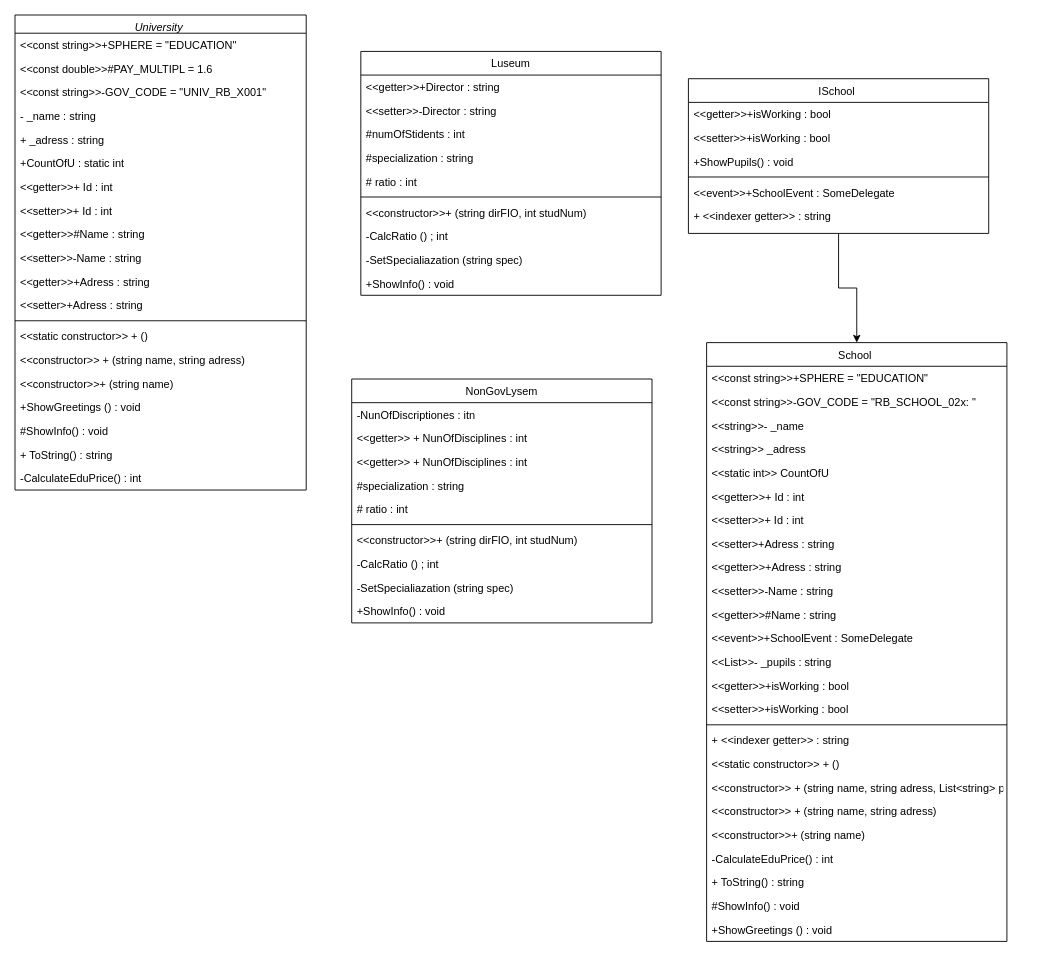
Above: Диаграмма без названия.drawio in KIrDR/STARIS (draw.io), before the change. Source tidied: cells renumbered, new cells numbered last; positions are measured from the earlier drawing's top-left corner, leaving out a move shared by most shapes. Both pictures are drawn from the tidied source at 91%, with x=0, y=0 at pixel (15, 15).
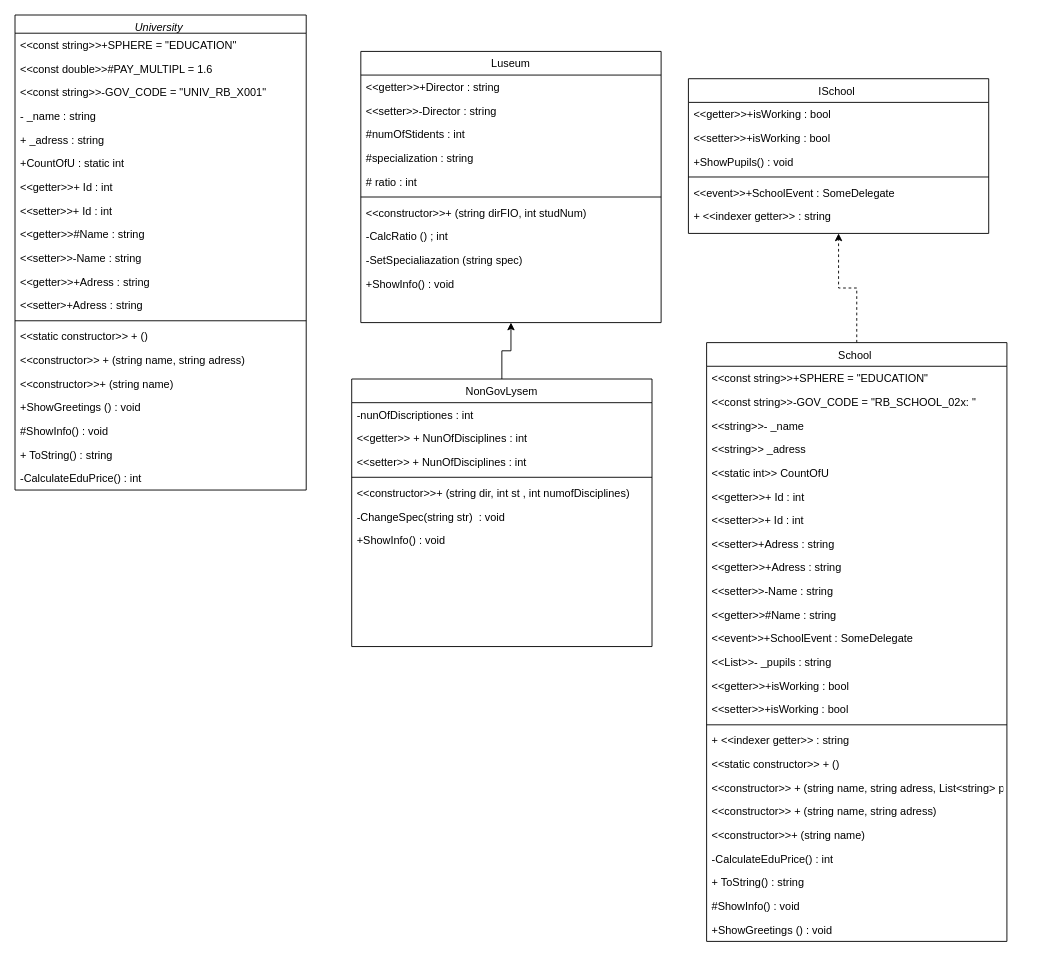
Above is the later version.

Unchanged cells that the change refers to:
```xml
<mxCell id="24" value="ISchool " style="swimlane;fontStyle=0;align=center;verticalAlign=top;horizontal=1;startSize=26;rounded=0;shadow=0;strokeWidth=1;" parent="1" vertex="1">
  <mxGeometry x="740" y="70" width="330" height="170" as="geometry" />
</mxCell>
<mxCell id="31" value="School " style="swimlane;fontStyle=0;align=center;verticalAlign=top;horizontal=1;startSize=26;rounded=0;shadow=0;strokeWidth=1;" parent="1" vertex="1">
  <mxGeometry x="760" y="360" width="330" height="658" as="geometry" />
</mxCell>
```

The edit, as a diff of the source:
```diff
@@
-    <mxCell id="23" style="edgeStyle=orthogonalEdgeStyle;rounded=0;jettySize=auto;html=1;entryX=0.5;entryY=0;entryDx=0;entryDy=0;" parent="1" edge="1" source="24" target="31">
-      <mxGeometry relative="1" as="geometry" />
-    </mxCell>
@@
+    <mxCell id="79" style="edgeStyle=orthogonalEdgeStyle;rounded=0;jettySize=auto;html=1;entryX=0.5;entryY=1;entryDx=0;entryDy=0;dashed=1;" parent="1" edge="1" source="31" target="24">
+      <mxGeometry relative="1" as="geometry" />
+    </mxCell>
@@
     <mxCell id="57" value="Luseum" style="swimlane;fontStyle=0;align=center;verticalAlign=top;horizontal=1;startSize=26;rounded=0;shadow=0;strokeWidth=1;" parent="1" vertex="1">
-      <mxGeometry x="380" y="40" width="330" height="268" as="geometry" />
+      <mxGeometry x="380" y="40" width="330" height="298" as="geometry" />
     </mxCell>
@@
+    <mxCell id="80" style="edgeStyle=orthogonalEdgeStyle;rounded=0;jettySize=auto;html=1;entryX=0.5;entryY=1;entryDx=0;entryDy=0;" parent="1" edge="1" source="68" target="57">
+      <mxGeometry relative="1" as="geometry" />
+    </mxCell>
     <mxCell id="68" value="NonGovLysem" style="swimlane;fontStyle=0;align=center;verticalAlign=top;horizontal=1;startSize=26;rounded=0;shadow=0;strokeWidth=1;" parent="1" vertex="1">
-      <mxGeometry x="370" y="400" width="330" height="268" as="geometry" />
+      <mxGeometry x="370" y="400" width="330" height="294" as="geometry" />
     </mxCell>
-    <mxCell id="69" value="-NunOfDiscriptiones : itn" style="text;align=left;verticalAlign=top;spacingLeft=4;spacingRight=4;overflow=hidden;" parent="68" vertex="1">
+    <mxCell id="69" value="-nunOfDiscriptiones : int" style="text;align=left;verticalAlign=top;spacingLeft=4;spacingRight=4;overflow=hidden;" parent="68" vertex="1">
       <mxGeometry y="26" width="330" height="26" as="geometry" />
     </mxCell>
@@
-    <mxCell id="71" value="&lt;&lt;getter&gt;&gt; + NunOfDisciplines : int" style="text;align=left;verticalAlign=top;spacingLeft=4;spacingRight=4;overflow=hidden;rounded=0;shadow=0;html=0;" parent="68" vertex="1">
+    <mxCell id="71" value="&lt;&lt;setter&gt;&gt; + NunOfDisciplines : int" style="text;align=left;verticalAlign=top;spacingLeft=4;spacingRight=4;overflow=hidden;rounded=0;shadow=0;html=0;" parent="68" vertex="1">
       <mxGeometry y="78" width="330" height="26" as="geometry" />
     </mxCell>
-    <mxCell id="72" value="#specialization : string" style="text;align=left;verticalAlign=top;spacingLeft=4;spacingRight=4;overflow=hidden;rounded=0;shadow=0;html=0;" parent="68" vertex="1">
-      <mxGeometry y="104" width="330" height="26" as="geometry" />
-    </mxCell>
-    <mxCell id="73" value="# ratio : int" style="text;align=left;verticalAlign=top;spacingLeft=4;spacingRight=4;overflow=hidden;rounded=0;shadow=0;html=0;" parent="68" vertex="1">
-      <mxGeometry y="130" width="330" height="26" as="geometry" />
-    </mxCell>
     <mxCell id="74" style="line;html=1;strokeWidth=1;align=left;verticalAlign=middle;spacingTop=-1;spacingLeft=3;spacingRight=3;labelPosition=right;" parent="68" vertex="1">
-      <mxGeometry y="156" width="330" height="8" as="geometry" />
+      <mxGeometry y="104" width="330" height="8" as="geometry" />
     </mxCell>
-    <mxCell id="75" value="&lt;&lt;constructor&gt;&gt;+ (string dirFIO, int studNum)  " style="text;align=left;verticalAlign=top;spacingLeft=4;spacingRight=4;overflow=hidden;rounded=0;shadow=0;html=0;" parent="68" vertex="1">
-      <mxGeometry y="164" width="330" height="26" as="geometry" />
+    <mxCell id="75" value="&lt;&lt;constructor&gt;&gt;+ (string dir, int st , int numofDisciplines)  " style="text;align=left;verticalAlign=top;spacingLeft=4;spacingRight=4;overflow=hidden;rounded=0;shadow=0;html=0;" parent="68" vertex="1">
+      <mxGeometry y="112" width="330" height="26" as="geometry" />
     </mxCell>
-    <mxCell id="76" value="-CalcRatio () ; int" style="text;align=left;verticalAlign=top;spacingLeft=4;spacingRight=4;overflow=hidden;rounded=0;shadow=0;html=0;" parent="68" vertex="1">
-      <mxGeometry y="190" width="330" height="26" as="geometry" />
-    </mxCell>
-    <mxCell id="77" value="-SetSpecialiazation (string spec) " style="text;align=left;verticalAlign=top;spacingLeft=4;spacingRight=4;overflow=hidden;rounded=0;shadow=0;html=0;" parent="68" vertex="1">
-      <mxGeometry y="216" width="330" height="26" as="geometry" />
+    <mxCell id="77" value="-ChangeSpec(string str)  : void" style="text;align=left;verticalAlign=top;spacingLeft=4;spacingRight=4;overflow=hidden;rounded=0;shadow=0;html=0;" parent="68" vertex="1">
+      <mxGeometry y="138" width="330" height="26" as="geometry" />
     </mxCell>
     <mxCell id="78" value="+ShowInfo() : void" style="text;align=left;verticalAlign=top;spacingLeft=4;spacingRight=4;overflow=hidden;rounded=0;shadow=0;html=0;" parent="68" vertex="1">
-      <mxGeometry y="242" width="330" height="26" as="geometry" />
+      <mxGeometry y="164" width="330" height="26" as="geometry" />
     </mxCell>
```
